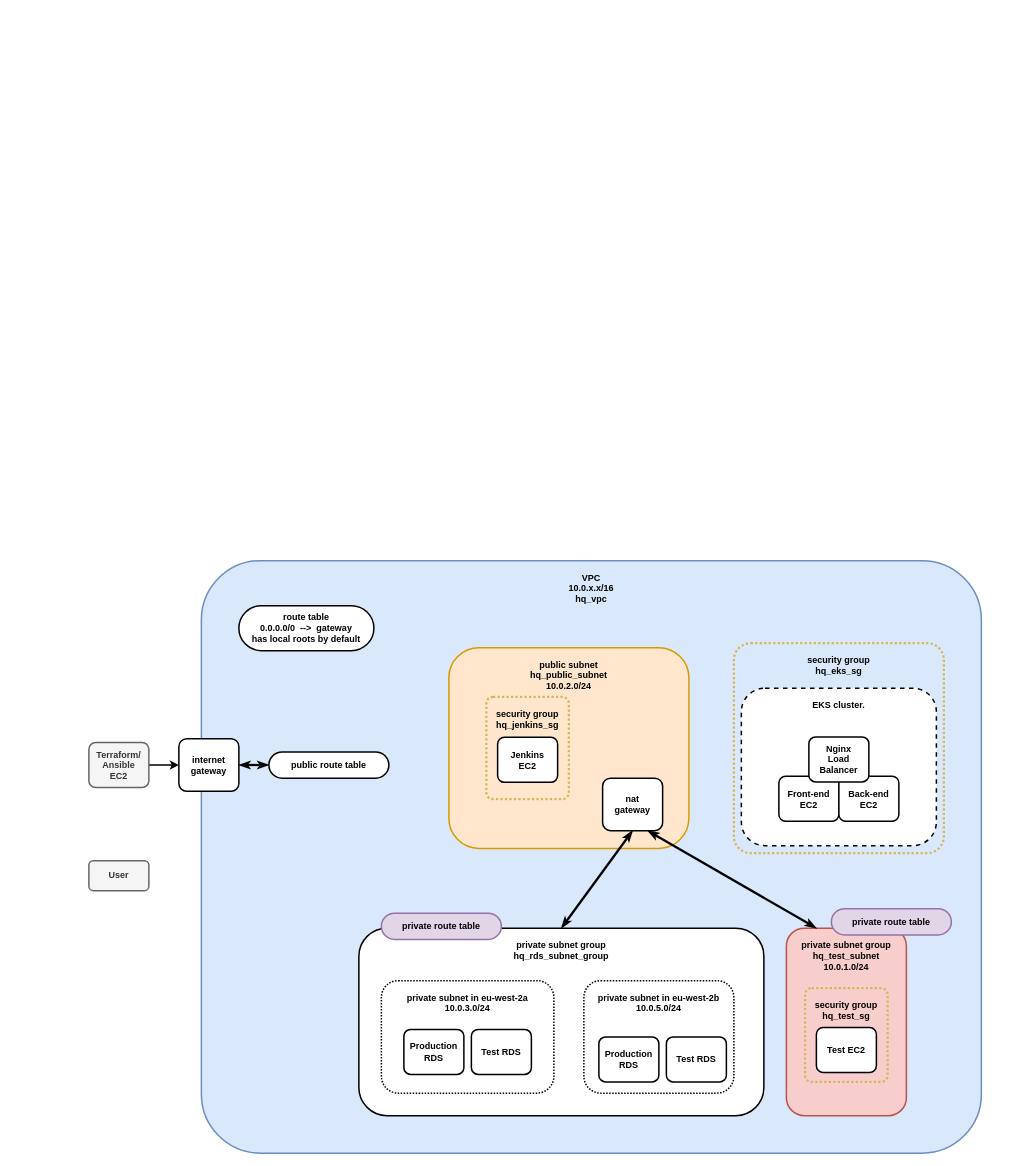
Before: other_files/hq_aws_network.drawio in Jenkins-Spice-Latte/QA-Help-Queue-App, a draw.io diagram. Source tidied: cells renumbered, new cells numbered last; positions are measured from the earlier drawing's top-left corner, leaving out a move shared by most shapes. Both pictures are drawn from the tidied source at 75%, with x=0, y=0 at pixel (88, 560).
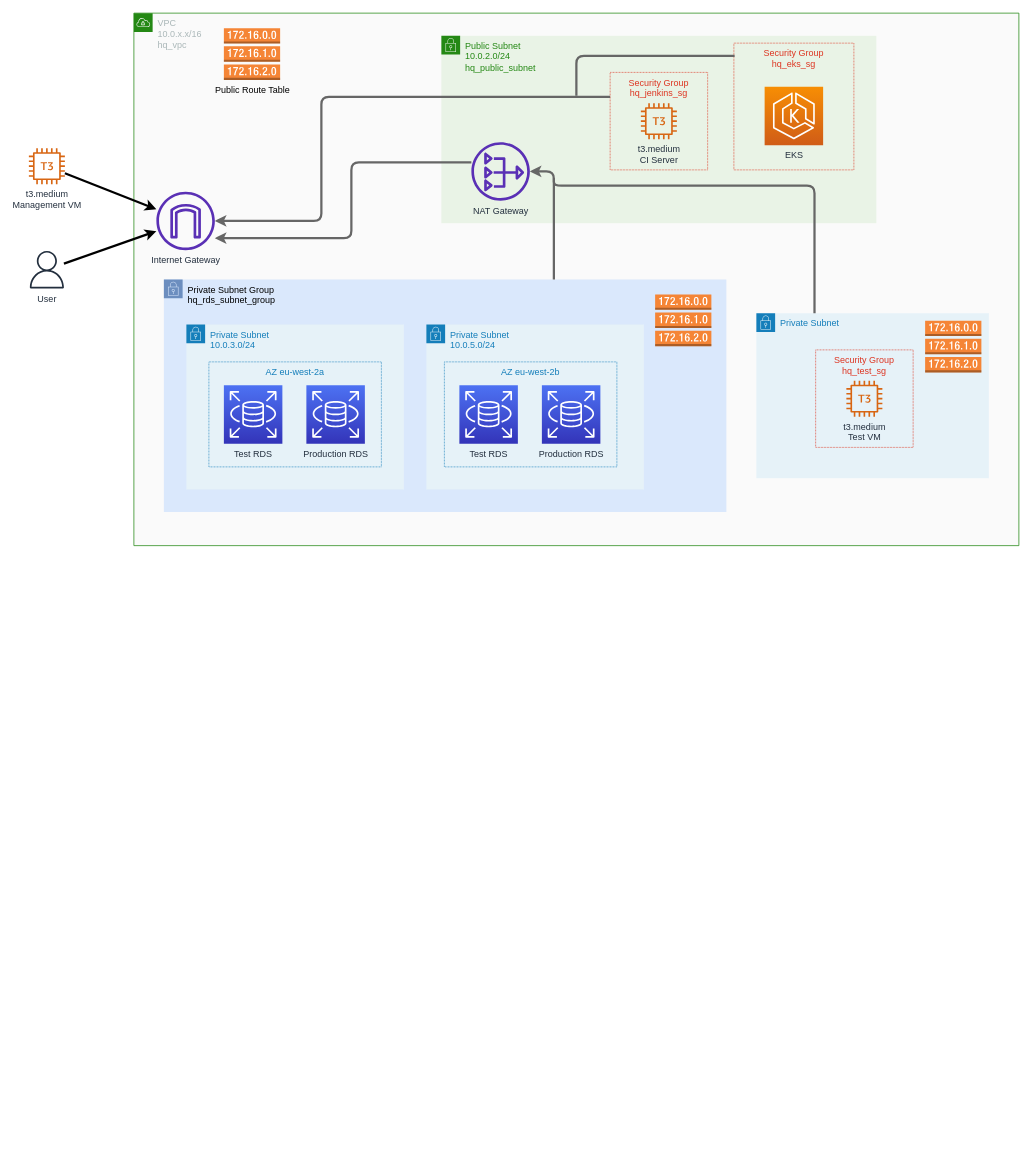
The same diagram, later.

Commit message:
updated to use aws resource icons

Change to the diagram source:
```diff
@@
-    <mxCell id="2" value="VPC&lt;br&gt;10.0.x.x/16&lt;br&gt;hq_vpc" style="whiteSpace=wrap;html=1;rounded=1;strokeWidth=2;fontStyle=1;verticalAlign=top;spacing=11;arcSize=10;fillColor=#dae8fc;strokeColor=#6c8ebf;" parent="1" vertex="1">
-      <mxGeometry x="150" width="1040" height="790" as="geometry" />
+    <mxCell id="2" value="VPC&lt;br&gt;&lt;div&gt;10.0.x.x/16&lt;/div&gt;&lt;div&gt;hq_vpc&lt;/div&gt;" style="gradientColor=none;html=1;whiteSpace=wrap;fontSize=12;fontStyle=0;shape=mxgraph.aws4.group;grIcon=mxgraph.aws4.group_vpc;strokeColor=#248814;verticalAlign=top;align=left;spacingLeft=30;fontColor=#AAB7B8;dashed=0;dashPattern=1 1;fillColor=#FAFAFA;" parent="1" vertex="1">
+      <mxGeometry x="60" y="-730" width="1180" height="710" as="geometry" />
     </mxCell>
-    <mxCell id="3" value="internet gateway" style="rounded=1;whiteSpace=wrap;html=1;strokeWidth=2;fontStyle=1;spacing=11;" parent="1" vertex="1">
-      <mxGeometry x="120" y="237.5" width="80" height="70" as="geometry" />
-    </mxCell>
-    <mxCell id="4" style="endArrow=classic;html=1;strokeWidth=2;entryX=0;entryY=0.5;entryDx=0;entryDy=0;exitX=1;exitY=0.5;exitDx=0;exitDy=0;" parent="1" edge="1" source="5" target="3">
-      <mxGeometry relative="1" as="geometry" />
-    </mxCell>
-    <mxCell id="5" value="Terraform/&lt;br&gt;Ansible EC2" style="rounded=1;whiteSpace=wrap;html=1;strokeWidth=2;fontStyle=1;spacing=11;fillColor=#f5f5f5;strokeColor=#666666;fontColor=#333333;" parent="1" vertex="1">
-      <mxGeometry y="242.5" width="80" height="60" as="geometry" />
-    </mxCell>
-    <mxCell id="6" value="route table&lt;br&gt;0.0.0.0/0&amp;nbsp; --&amp;gt;&amp;nbsp; gateway&lt;br&gt;has local roots by default" style="rounded=1;whiteSpace=wrap;html=1;strokeWidth=2;fontStyle=1;spacing=11;arcSize=50;" parent="1" vertex="1">
-      <mxGeometry x="200" y="60" width="180" height="60" as="geometry" />
-    </mxCell>
-    <mxCell id="7" value="public route table" style="rounded=1;whiteSpace=wrap;html=1;strokeWidth=2;fontStyle=1;spacing=11;arcSize=50;" parent="1" vertex="1">
-      <mxGeometry x="240" y="255" width="160" height="35" as="geometry" />
-    </mxCell>
-    <mxCell id="8" style="endArrow=classicThin;html=1;startArrow=classicThin;startFill=1;endFill=1;strokeWidth=3;entryX=0;entryY=0.5;entryDx=0;entryDy=0;exitX=1;exitY=0.5;exitDx=0;exitDy=0;" parent="1" edge="1" source="3" target="7">
-      <mxGeometry relative="1" as="geometry" />
-    </mxCell>
+    <mxCell id="37" value="&lt;div&gt;Public Subnet&amp;nbsp;&lt;/div&gt;10.0.2.0/24&lt;div&gt;hq_public_subnet&lt;/div&gt;" style="gradientColor=none;html=1;whiteSpace=wrap;fontSize=12;fontStyle=0;shape=mxgraph.aws4.group;grIcon=mxgraph.aws4.group_security_group;grStroke=0;strokeColor=#248814;fillColor=#E9F3E6;verticalAlign=top;align=left;spacingLeft=30;fontColor=#248814;dashed=0;dashPattern=1 1;" parent="1" vertex="1">
+      <mxGeometry x="470" y="-700" width="580" height="250" as="geometry" />
+    </mxCell>
+    <mxCell id="38" value="NAT Gateway" style="outlineConnect=0;fontColor=#232F3E;gradientColor=none;fillColor=#5A30B5;strokeColor=none;dashed=0;verticalLabelPosition=bottom;verticalAlign=top;align=center;html=1;fontSize=12;fontStyle=0;shape=mxgraph.aws4.nat_gateway;dashPattern=1 1;" parent="1" vertex="1">
+      <mxGeometry x="510" y="-558" width="78" height="78" as="geometry" />
+    </mxCell>
+    <mxCell id="39" style="group;" parent="1" vertex="1">
+      <mxGeometry x="100" y="-375" width="750" height="310" as="geometry" />
+    </mxCell>
+    <mxCell id="40" value="Private Subnet Group&lt;br&gt;hq_rds_subnet_group" style="points=[[0,0],[0.25,0],[0.5,0],[0.75,0],[1,0],[1,0.25],[1,0.5],[1,0.75],[1,1],[0.75,1],[0.5,1],[0.25,1],[0,1],[0,0.75],[0,0.5],[0,0.25]];outlineConnect=0;html=1;whiteSpace=wrap;fontSize=12;fontStyle=0;shape=mxgraph.aws4.group;grIcon=mxgraph.aws4.group_security_group;grStroke=0;strokeColor=#6c8ebf;fillColor=#dae8fc;verticalAlign=top;align=left;spacingLeft=30;dashed=0;dashPattern=1 1;" parent="39" vertex="1">
+      <mxGeometry width="750" height="310" as="geometry" />
+    </mxCell>
+    <mxCell id="41" value="Private Subnet&lt;br&gt;10.0.5.0/24" style="gradientColor=none;html=1;whiteSpace=wrap;fontSize=12;fontStyle=0;shape=mxgraph.aws4.group;grIcon=mxgraph.aws4.group_security_group;grStroke=0;strokeColor=#147EBA;fillColor=#E6F2F8;verticalAlign=top;align=left;spacingLeft=30;fontColor=#147EBA;dashed=0;dashPattern=1 1;" parent="39" vertex="1">
+      <mxGeometry x="350" y="60" width="290" height="220" as="geometry" />
+    </mxCell>
+    <mxCell id="42" value="Private Subnet&lt;br&gt;10.0.3.0/24" style="gradientColor=none;html=1;whiteSpace=wrap;fontSize=12;fontStyle=0;shape=mxgraph.aws4.group;grIcon=mxgraph.aws4.group_security_group;grStroke=0;strokeColor=#147EBA;fillColor=#E6F2F8;verticalAlign=top;align=left;spacingLeft=30;fontColor=#147EBA;dashed=0;dashPattern=1 1;" parent="39" vertex="1">
+      <mxGeometry x="30" y="60" width="290" height="220" as="geometry" />
+    </mxCell>
+    <mxCell id="43" value="AZ eu-west-2a" style="fillColor=none;strokeColor=#147EBA;dashed=1;verticalAlign=top;fontStyle=0;fontColor=#147EBA;dashPattern=1 1;" parent="39" vertex="1">
+      <mxGeometry x="60" y="110" width="230" height="140" as="geometry" />
+    </mxCell>
+    <mxCell id="44" value="Test RDS" style="fontColor=#232F3E;gradientColor=#4D72F3;gradientDirection=north;fillColor=#3334B9;strokeColor=#ffffff;dashed=0;verticalLabelPosition=bottom;verticalAlign=top;align=center;html=1;fontSize=12;fontStyle=0;shape=mxgraph.aws4.resourceIcon;resIcon=mxgraph.aws4.rds;dashPattern=1 1;" parent="39" vertex="1">
+      <mxGeometry x="80" y="141" width="78" height="78" as="geometry" />
+    </mxCell>
+    <mxCell id="45" value="Production RDS" style="fontColor=#232F3E;gradientColor=#4D72F3;gradientDirection=north;fillColor=#3334B9;strokeColor=#ffffff;dashed=0;verticalLabelPosition=bottom;verticalAlign=top;align=center;html=1;fontSize=12;fontStyle=0;shape=mxgraph.aws4.resourceIcon;resIcon=mxgraph.aws4.rds;dashPattern=1 1;" parent="39" vertex="1">
+      <mxGeometry x="190" y="141" width="78" height="78" as="geometry" />
+    </mxCell>
+    <mxCell id="46" value="AZ eu-west-2b" style="fillColor=none;strokeColor=#147EBA;dashed=1;verticalAlign=top;fontStyle=0;fontColor=#147EBA;dashPattern=1 1;" parent="39" vertex="1">
+      <mxGeometry x="374" y="110" width="230" height="140" as="geometry" />
+    </mxCell>
+    <mxCell id="47" value="Test RDS" style="fontColor=#232F3E;gradientColor=#4D72F3;gradientDirection=north;fillColor=#3334B9;strokeColor=#ffffff;dashed=0;verticalLabelPosition=bottom;verticalAlign=top;align=center;html=1;fontSize=12;fontStyle=0;shape=mxgraph.aws4.resourceIcon;resIcon=mxgraph.aws4.rds;dashPattern=1 1;" parent="39" vertex="1">
+      <mxGeometry x="394" y="141" width="78" height="78" as="geometry" />
+    </mxCell>
+    <mxCell id="48" value="Production RDS" style="fontColor=#232F3E;gradientColor=#4D72F3;gradientDirection=north;fillColor=#3334B9;strokeColor=#ffffff;dashed=0;verticalLabelPosition=bottom;verticalAlign=top;align=center;html=1;fontSize=12;fontStyle=0;shape=mxgraph.aws4.resourceIcon;resIcon=mxgraph.aws4.rds;dashPattern=1 1;" parent="39" vertex="1">
+      <mxGeometry x="504" y="141" width="78" height="78" as="geometry" />
+    </mxCell>
+    <mxCell id="49" style="dashed=0;verticalLabelPosition=bottom;verticalAlign=top;align=center;html=1;shape=mxgraph.aws3.route_table;fillColor=#F58536;gradientColor=none;dashPattern=1 1;strokeColor=#000000;strokeWidth=1;" parent="39" vertex="1">
+      <mxGeometry x="655" y="20" width="75" height="69" as="geometry" />
+    </mxCell>
+    <mxCell id="50" style="group;" parent="1" vertex="1">
+      <mxGeometry x="890" y="-330" width="310" height="220" as="geometry" />
+    </mxCell>
+    <mxCell id="51" value="Private Subnet" style="points=[[0,0],[0.25,0],[0.5,0],[0.75,0],[1,0],[1,0.25],[1,0.5],[1,0.75],[1,1],[0.75,1],[0.5,1],[0.25,1],[0,1],[0,0.75],[0,0.5],[0,0.25]];outlineConnect=0;gradientColor=none;html=1;whiteSpace=wrap;fontSize=12;fontStyle=0;shape=mxgraph.aws4.group;grIcon=mxgraph.aws4.group_security_group;grStroke=0;strokeColor=#147EBA;fillColor=#E6F2F8;verticalAlign=top;align=left;spacingLeft=30;fontColor=#147EBA;dashed=0;dashPattern=1 1;" parent="50" vertex="1">
+      <mxGeometry width="310" height="220" as="geometry" />
+    </mxCell>
+    <mxCell id="52" value="Security Group&#10;hq_test_sg" style="fillColor=none;strokeColor=#DD3522;verticalAlign=top;fontStyle=0;fontColor=#DD3522;dashed=1;dashPattern=1 1;" parent="50" vertex="1">
+      <mxGeometry x="79" y="49" width="130" height="130" as="geometry" />
+    </mxCell>
+    <mxCell id="53" value="t3.medium&lt;br&gt;Test VM" style="fontColor=#232F3E;gradientColor=none;fillColor=#D86613;strokeColor=none;dashed=0;verticalLabelPosition=bottom;verticalAlign=top;align=center;html=1;fontSize=12;fontStyle=0;shape=mxgraph.aws4.t3_instance;dashPattern=1 1;" parent="50" vertex="1">
+      <mxGeometry x="120" y="90" width="48" height="48" as="geometry" />
+    </mxCell>
+    <mxCell id="54" style="dashed=0;verticalLabelPosition=bottom;verticalAlign=top;align=center;html=1;shape=mxgraph.aws3.route_table;fillColor=#F58536;gradientColor=none;dashPattern=1 1;strokeColor=#000000;strokeWidth=1;" parent="50" vertex="1">
+      <mxGeometry x="225" y="10" width="75" height="69" as="geometry" />
+    </mxCell>
+    <mxCell id="55" value="Public Route Table" style="dashed=0;verticalLabelPosition=bottom;verticalAlign=top;align=center;html=1;shape=mxgraph.aws3.route_table;fillColor=#F58536;gradientColor=none;dashPattern=1 1;strokeColor=#000000;strokeWidth=1;" parent="1" vertex="1">
+      <mxGeometry x="180" y="-710" width="75" height="69" as="geometry" />
+    </mxCell>
+    <mxCell id="56" value="Internet Gateway" style="outlineConnect=0;fontColor=#232F3E;gradientColor=none;fillColor=#5A30B5;strokeColor=none;dashed=0;verticalLabelPosition=bottom;verticalAlign=top;align=center;html=1;fontSize=12;fontStyle=0;shape=mxgraph.aws4.internet_gateway;dashPattern=1 1;" parent="1" vertex="1">
+      <mxGeometry x="90" y="-492" width="78" height="78" as="geometry" />
+    </mxCell>
+    <mxCell id="57" style="edgeStyle=elbowEdgeStyle;elbow=horizontal;endArrow=classic;html=1;strokeWidth=3;fillColor=#f5f5f5;strokeColor=#666666;" parent="1" edge="1" source="40" target="38">
+      <mxGeometry relative="1" as="geometry">
+        <Array as="points">
+          <mxPoint x="620" y="-420" />
+          <mxPoint x="780" y="-520" />
+          <mxPoint x="799" y="-440" />
+        </Array>
+      </mxGeometry>
+    </mxCell>
+    <mxCell id="58" style="edgeStyle=segmentEdgeStyle;endArrow=none;html=1;strokeWidth=3;exitX=0.25;exitY=0;exitDx=0;exitDy=0;fillColor=#f5f5f5;strokeColor=#666666;endFill=0;" parent="1" edge="1" source="51">
+      <mxGeometry relative="1" as="geometry">
+        <mxPoint x="620" y="-510" as="targetPoint" />
+        <Array as="points">
+          <mxPoint x="968" y="-500" />
+        </Array>
+      </mxGeometry>
+    </mxCell>
+    <mxCell id="59" style="edgeStyle=segmentEdgeStyle;endArrow=classic;html=1;strokeWidth=3;fillColor=#f5f5f5;strokeColor=#666666;" parent="1" edge="1" source="38" target="56">
+      <mxGeometry relative="1" as="geometry">
+        <Array as="points">
+          <mxPoint x="350" y="-531" />
+          <mxPoint x="350" y="-430" />
+        </Array>
+      </mxGeometry>
+    </mxCell>
+    <mxCell id="60" value="t3.medium&lt;br&gt;Management VM" style="outlineConnect=0;fontColor=#232F3E;gradientColor=none;fillColor=#D86613;strokeColor=none;dashed=0;verticalLabelPosition=bottom;verticalAlign=top;align=center;html=1;fontSize=12;fontStyle=0;shape=mxgraph.aws4.t3_instance;dashPattern=1 1;" parent="1" vertex="1">
+      <mxGeometry x="-80" y="-550" width="48" height="48" as="geometry" />
+    </mxCell>
+    <mxCell id="61" style="endArrow=classic;html=1;strokeWidth=3;" parent="1" edge="1" source="60" target="56">
+      <mxGeometry relative="1" as="geometry" />
+    </mxCell>
+    <mxCell id="62" style="group;" parent="1" vertex="1">
+      <mxGeometry x="860" y="-690" width="160" height="169" as="geometry" />
+    </mxCell>
+    <mxCell id="63" value="Security Group&#10;hq_eks_sg" style="fillColor=none;strokeColor=#DD3522;verticalAlign=top;fontStyle=0;fontColor=#DD3522;dashed=1;dashPattern=1 1;" parent="62" vertex="1">
+      <mxGeometry width="160" height="169" as="geometry" />
+    </mxCell>
+    <mxCell id="64" value="EKS" style="fontColor=#232F3E;gradientColor=#F78E04;gradientDirection=north;fillColor=#D05C17;strokeColor=#ffffff;dashed=0;verticalLabelPosition=bottom;verticalAlign=top;align=center;html=1;fontSize=12;fontStyle=0;shape=mxgraph.aws4.resourceIcon;resIcon=mxgraph.aws4.eks;dashPattern=1 1;" parent="62" vertex="1">
+      <mxGeometry x="41" y="58" width="78" height="78" as="geometry" />
+    </mxCell>
+    <mxCell id="65" style="group;" parent="1" vertex="1">
+      <mxGeometry x="695" y="-651" width="130" height="130" as="geometry" />
+    </mxCell>
+    <mxCell id="66" value="Security Group&#10;hq_jenkins_sg" style="fillColor=none;strokeColor=#DD3522;verticalAlign=top;fontStyle=0;fontColor=#DD3522;dashed=1;dashPattern=1 1;" parent="65" vertex="1">
+      <mxGeometry width="130" height="130" as="geometry" />
+    </mxCell>
+    <mxCell id="67" value="t3.medium&lt;br&gt;CI Server" style="fontColor=#232F3E;gradientColor=none;fillColor=#D86613;strokeColor=none;dashed=0;verticalLabelPosition=bottom;verticalAlign=top;align=center;html=1;fontSize=12;fontStyle=0;shape=mxgraph.aws4.t3_instance;dashPattern=1 1;" parent="65" vertex="1">
+      <mxGeometry x="41" y="41" width="48" height="48" as="geometry" />
+    </mxCell>
+    <mxCell id="68" style="edgeStyle=elbowEdgeStyle;elbow=horizontal;endArrow=classic;html=1;strokeWidth=3;exitX=0;exitY=0.25;exitDx=0;exitDy=0;fillColor=#f5f5f5;strokeColor=#666666;" parent="1" edge="1" source="66" target="56">
+      <mxGeometry relative="1" as="geometry">
+        <Array as="points">
+          <mxPoint x="310" y="-550" />
+          <mxPoint x="330" y="-618" />
+        </Array>
+      </mxGeometry>
+    </mxCell>
+    <mxCell id="69" style="edgeStyle=elbowEdgeStyle;elbow=horizontal;endArrow=none;html=1;strokeWidth=3;exitX=0.006;exitY=0.101;exitDx=0;exitDy=0;fillColor=#f5f5f5;strokeColor=#666666;exitPerimeter=0;endFill=0;" parent="1" edge="1" source="63">
+      <mxGeometry relative="1" as="geometry">
+        <mxPoint x="650" y="-620" as="targetPoint" />
+        <Array as="points">
+          <mxPoint x="650" y="-590" />
+          <mxPoint x="495" y="-668.2" />
+        </Array>
+      </mxGeometry>
+    </mxCell>
-    <mxCell id="9" value="User" style="rounded=1;whiteSpace=wrap;html=1;strokeWidth=2;fontStyle=1;spacing=11;fillColor=#f5f5f5;strokeColor=#666666;fontColor=#333333;" parent="1" vertex="1">
-      <mxGeometry y="400" width="80" height="40" as="geometry" />
+    <mxCell id="9" value="User" style="outlineConnect=0;fontColor=#232F3E;gradientColor=none;fillColor=#232F3E;strokeColor=none;dashed=0;verticalLabelPosition=bottom;verticalAlign=top;align=center;html=1;fontSize=12;fontStyle=0;shape=mxgraph.aws4.user;dashPattern=1 1;" parent="1" vertex="1">
+      <mxGeometry x="-81" y="-413" width="50" height="50" as="geometry" />
     </mxCell>
-    <mxCell id="10" style="group;" parent="1" vertex="1">
-      <mxGeometry x="360" y="490" width="540" height="250" as="geometry" />
-    </mxCell>
-    <mxCell id="11" value="private subnet group&lt;br&gt;hq_rds_subnet_group" style="rounded=1;whiteSpace=wrap;html=1;strokeWidth=2;fontStyle=1;spacing=11;verticalAlign=top;" parent="10" vertex="1">
-      <mxGeometry width="540" height="250" as="geometry" />
-    </mxCell>
-    <mxCell id="12" value="private subnet in eu-west-2a&lt;br&gt;10.0.3.0/24" style="rounded=1;whiteSpace=wrap;html=1;strokeWidth=2;fontStyle=1;spacing=11;verticalAlign=top;dashed=1;dashPattern=1 1;" parent="10" vertex="1">
-      <mxGeometry x="30" y="70" width="230" height="150" as="geometry" />
-    </mxCell>
-    <mxCell id="13" value="private subnet in eu-west-2b&lt;br&gt;10.0.5.0/24" style="rounded=1;whiteSpace=wrap;html=1;strokeWidth=2;fontStyle=1;spacing=11;verticalAlign=top;dashed=1;dashPattern=1 1;" parent="10" vertex="1">
-      <mxGeometry x="300" y="70" width="200" height="150" as="geometry" />
-    </mxCell>
-    <mxCell id="14" value="Production RDS" style="rounded=1;whiteSpace=wrap;html=1;strokeWidth=2;fontStyle=1;spacing=11;" parent="10" vertex="1">
-      <mxGeometry x="60" y="135" width="80" height="60" as="geometry" />
-    </mxCell>
-    <mxCell id="15" value="Test RDS" style="rounded=1;whiteSpace=wrap;html=1;strokeWidth=2;fontStyle=1;spacing=11;" parent="10" vertex="1">
-      <mxGeometry x="150" y="135" width="80" height="60" as="geometry" />
-    </mxCell>
-    <mxCell id="16" value="Test RDS" style="rounded=1;whiteSpace=wrap;html=1;strokeWidth=2;fontStyle=1;spacing=11;" parent="10" vertex="1">
-      <mxGeometry x="410" y="145" width="80" height="60" as="geometry" />
-    </mxCell>
-    <mxCell id="17" value="Production RDS" style="rounded=1;whiteSpace=wrap;html=1;strokeWidth=2;fontStyle=1;spacing=11;" parent="10" vertex="1">
-      <mxGeometry x="320" y="145" width="80" height="60" as="geometry" />
-    </mxCell>
-    <mxCell id="18" value="private route table" style="rounded=1;whiteSpace=wrap;html=1;strokeWidth=2;fontStyle=1;spacing=11;arcSize=50;fillColor=#e1d5e7;strokeColor=#9673a6;" parent="10" vertex="1">
-      <mxGeometry x="30" y="-20" width="160" height="35" as="geometry" />
-    </mxCell>
-    <mxCell id="19" style="group;" parent="1" vertex="1">
-      <mxGeometry x="930" y="490" width="160" height="250" as="geometry" />
-    </mxCell>
-    <mxCell id="20" value="private subnet group&lt;br&gt;hq_test_subnet&lt;br&gt;10.0.1.0/24" style="rounded=1;whiteSpace=wrap;html=1;strokeWidth=2;fontStyle=1;spacing=11;verticalAlign=top;fillColor=#f8cecc;strokeColor=#b85450;" parent="19" vertex="1">
-      <mxGeometry width="160" height="250" as="geometry" />
-    </mxCell>
-    <mxCell id="21" value="security group&lt;br&gt;hq_test_sg" style="rounded=1;whiteSpace=wrap;html=1;strokeWidth=3;fontStyle=1;spacing=11;arcSize=8;verticalAlign=top;dashed=1;strokeColor=#d6b656;fillColor=none;dashPattern=1 1;" parent="19" vertex="1">
-      <mxGeometry x="25" y="80" width="110" height="125" as="geometry" />
-    </mxCell>
-    <mxCell id="22" value="Test EC2" style="rounded=1;whiteSpace=wrap;html=1;strokeWidth=2;fontStyle=1;spacing=11;" parent="19" vertex="1">
-      <mxGeometry x="40" y="132.5" width="80" height="60" as="geometry" />
-    </mxCell>
-    <mxCell id="23" style="group;" parent="1" vertex="1">
-      <mxGeometry x="860" y="110" width="280" height="280" as="geometry" />
-    </mxCell>
-    <mxCell id="24" value="security group&lt;br&gt;hq_eks_sg" style="rounded=1;whiteSpace=wrap;html=1;strokeWidth=3;fontStyle=1;spacing=11;arcSize=8;verticalAlign=top;dashed=1;strokeColor=#d6b656;fillColor=none;dashPattern=1 1;" parent="23" vertex="1">
-      <mxGeometry width="280" height="280" as="geometry" />
-    </mxCell>
-    <mxCell id="25" value="EKS cluster." style="rounded=1;whiteSpace=wrap;html=1;strokeWidth=2;fontStyle=1;spacing=11;dashed=1;verticalAlign=top;perimeterSpacing=0;" parent="23" vertex="1">
-      <mxGeometry x="10" y="60" width="260" height="210" as="geometry" />
-    </mxCell>
-    <mxCell id="26" value="Front-end EC2" style="rounded=1;whiteSpace=wrap;html=1;strokeWidth=2;fontStyle=1;spacing=11;" parent="23" vertex="1">
-      <mxGeometry x="60" y="177.5" width="80" height="60" as="geometry" />
-    </mxCell>
-    <mxCell id="27" value="Back-end EC2" style="rounded=1;whiteSpace=wrap;html=1;strokeWidth=2;fontStyle=1;spacing=11;" parent="23" vertex="1">
-      <mxGeometry x="140" y="177.5" width="80" height="60" as="geometry" />
-    </mxCell>
-    <mxCell id="28" value="Nginx Load Balancer" style="rounded=1;whiteSpace=wrap;html=1;strokeWidth=2;fontStyle=1;spacing=11;" parent="23" vertex="1">
-      <mxGeometry x="100" y="125" width="80" height="60" as="geometry" />
-    </mxCell>
-    <mxCell id="29" style="group;" parent="1" vertex="1">
-      <mxGeometry x="480" y="116.2" width="320" height="267.5" as="geometry" />
-    </mxCell>
-    <mxCell id="30" value="public subnet&lt;br&gt;hq_public_subnet&lt;br&gt;10.0.2.0/24" style="rounded=1;whiteSpace=wrap;html=1;strokeWidth=2;fontStyle=1;spacing=11;verticalAlign=top;fillColor=#ffe6cc;strokeColor=#d79b00;" parent="29" vertex="1">
-      <mxGeometry width="320" height="267.5" as="geometry" />
-    </mxCell>
-    <mxCell id="31" value="security group&lt;br&gt;hq_jenkins_sg" style="rounded=1;whiteSpace=wrap;html=1;strokeWidth=3;fontStyle=1;spacing=11;arcSize=8;verticalAlign=top;dashed=1;strokeColor=#d6b656;fillColor=none;dashPattern=1 1;" parent="29" vertex="1">
-      <mxGeometry x="50" y="65.6" width="110" height="136.2" as="geometry" />
-    </mxCell>
-    <mxCell id="32" value="Jenkins EC2" style="rounded=1;whiteSpace=wrap;html=1;strokeWidth=2;fontStyle=1;spacing=11;" parent="29" vertex="1">
-      <mxGeometry x="65" y="119.4" width="80" height="60" as="geometry" />
-    </mxCell>
-    <mxCell id="33" value="nat gateway" style="rounded=1;whiteSpace=wrap;html=1;strokeWidth=2;fontStyle=1;spacing=11;" parent="29" vertex="1">
-      <mxGeometry x="205" y="173.8" width="80" height="70" as="geometry" />
-    </mxCell>
-    <mxCell id="34" style="endArrow=classicThin;html=1;startArrow=classicThin;startFill=1;endFill=1;strokeWidth=3;entryX=0.5;entryY=1;entryDx=0;entryDy=0;exitX=0.5;exitY=0;exitDx=0;exitDy=0;" parent="1" edge="1" source="11" target="33">
-      <mxGeometry relative="1" as="geometry" />
-    </mxCell>
-    <mxCell id="35" style="endArrow=classicThin;html=1;startArrow=classicThin;startFill=1;endFill=1;strokeWidth=3;entryX=0.75;entryY=1;entryDx=0;entryDy=0;exitX=0.25;exitY=0;exitDx=0;exitDy=0;" parent="1" edge="1" source="20" target="33">
-      <mxGeometry relative="1" as="geometry" />
-    </mxCell>
-    <mxCell id="36" value="private route table" style="rounded=1;whiteSpace=wrap;html=1;strokeWidth=2;fontStyle=1;spacing=11;arcSize=50;fillColor=#e1d5e7;strokeColor=#9673a6;" parent="1" vertex="1">
-      <mxGeometry x="990" y="464" width="160" height="35" as="geometry" />
-    </mxCell>
+    <mxCell id="70" style="endArrow=classic;html=1;strokeWidth=3;" parent="1" edge="1" source="9" target="56">
+      <mxGeometry relative="1" as="geometry" />
+    </mxCell>
```
